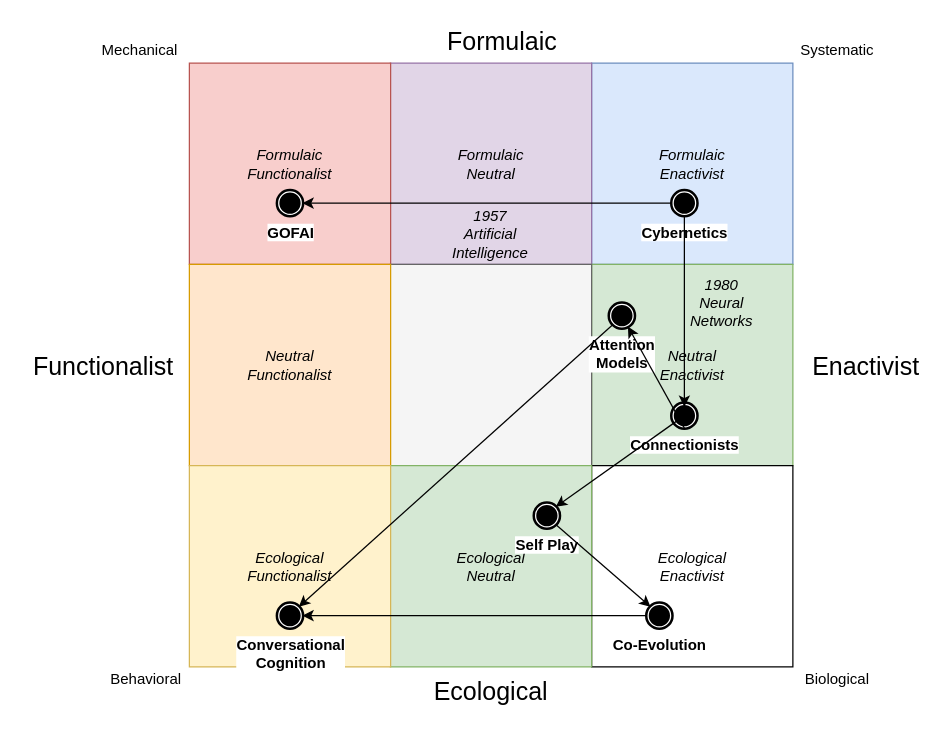
Earlier version of the draw.io diagram agenda_evolution.drawio (codeaudit/1). Source tidied: cells renumbered, new cells numbered last; positions are measured from the earlier drawing's top-left corner, leaving out a move shared by most shapes. Both pictures are drawn from the tidied source at 125%, with x=0, y=0 at pixel (21, 21).
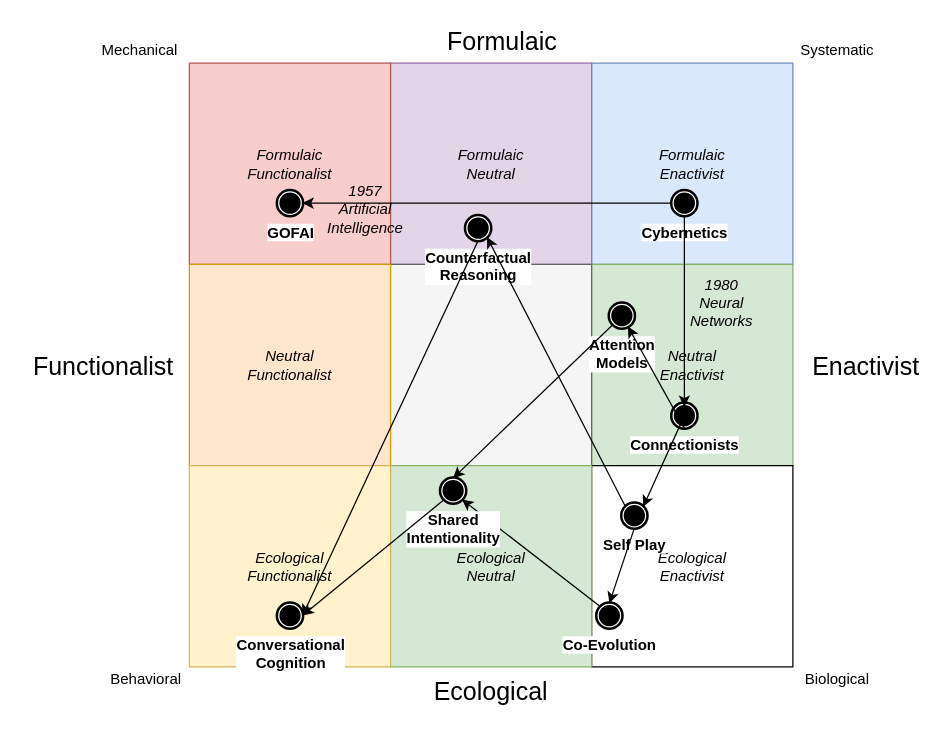
Above is the later version.

Unchanged cells that the change refers to:
```xml
<mxCell id="27" value="Conversational&lt;br&gt;Cognition" style="shape=mxgraph.bpmn.shape;html=1;verticalLabelPosition=bottom;labelBackgroundColor=#ffffff;verticalAlign=top;align=center;perimeter=ellipsePerimeter;outlineConnect=0;outline=end;symbol=terminate;rotation=0;fontStyle=1;" parent="1" vertex="1">
  <mxGeometry x="204.5" y="465" width="20" height="20" as="geometry" />
</mxCell>
<mxCell id="30" value="Attention&lt;br&gt;Models" style="shape=mxgraph.bpmn.shape;html=1;verticalLabelPosition=bottom;labelBackgroundColor=#ffffff;verticalAlign=top;align=center;perimeter=ellipsePerimeter;outlineConnect=0;outline=end;symbol=terminate;rotation=0;fontStyle=1;" parent="1" vertex="1">
  <mxGeometry x="470" y="225" width="20" height="20" as="geometry" />
</mxCell>
```

What changed in the source:
```diff
@@
     <mxCell id="25" value="1957 Artificial Intelligence" style="text;html=1;strokeColor=none;fillColor=none;align=center;verticalAlign=middle;whiteSpace=wrap;rounded=0;fontStyle=2;" parent="1" vertex="1">
-      <mxGeometry x="355" y="145" width="40" height="50" as="geometry" />
+      <mxGeometry x="255" y="125" width="40" height="50" as="geometry" />
     </mxCell>
@@
     <mxCell id="28" value="Self Play" style="shape=mxgraph.bpmn.shape;html=1;verticalLabelPosition=bottom;labelBackgroundColor=#ffffff;verticalAlign=top;align=center;perimeter=ellipsePerimeter;outlineConnect=0;outline=end;symbol=terminate;rotation=0;fontStyle=1;" parent="1" vertex="1">
-      <mxGeometry x="410" y="385" width="20" height="20" as="geometry" />
+      <mxGeometry x="480" y="385" width="20" height="20" as="geometry" />
     </mxCell>
     <mxCell id="29" value="Co-Evolution" style="shape=mxgraph.bpmn.shape;html=1;verticalLabelPosition=bottom;labelBackgroundColor=#ffffff;verticalAlign=top;align=center;perimeter=ellipsePerimeter;outlineConnect=0;outline=end;symbol=terminate;rotation=0;fontStyle=1;" parent="1" vertex="1">
-      <mxGeometry x="500" y="465" width="20" height="20" as="geometry" />
+      <mxGeometry x="460" y="465" width="20" height="20" as="geometry" />
     </mxCell>
@@
-    <mxCell id="31" style="endArrow=classic;html=1;exitX=0.145;exitY=0.855;exitDx=0;exitDy=0;exitPerimeter=0;entryX=0.855;entryY=0.145;entryDx=0;entryDy=0;entryPerimeter=0;" parent="1" edge="1" source="30" target="27">
+    <mxCell id="31" style="endArrow=classic;html=1;exitX=0.145;exitY=0.855;exitDx=0;exitDy=0;exitPerimeter=0;entryX=0.5;entryY=0;entryDx=0;entryDy=0;" parent="1" edge="1" source="30" target="36">
       <mxGeometry relative="1" as="geometry" />
     </mxCell>
-    <mxCell id="32" style="endArrow=classic;html=1;exitX=0;exitY=0.5;exitDx=0;exitDy=0;entryX=1;entryY=0.5;entryDx=0;entryDy=0;" parent="1" edge="1" source="29" target="27">
+    <mxCell id="32" style="endArrow=classic;html=1;exitX=0.145;exitY=0.145;exitDx=0;exitDy=0;entryX=0.855;entryY=0.855;entryDx=0;entryDy=0;entryPerimeter=0;exitPerimeter=0;" parent="1" edge="1" source="29" target="36">
       <mxGeometry relative="1" as="geometry" />
     </mxCell>
@@
-    <mxCell id="35" style="endArrow=classic;html=1;exitX=0.855;exitY=0.855;exitDx=0;exitDy=0;exitPerimeter=0;entryX=0.145;entryY=0.145;entryDx=0;entryDy=0;entryPerimeter=0;" parent="1" edge="1" source="28" target="29">
+    <mxCell id="35" style="endArrow=classic;html=1;exitX=0.5;exitY=1;exitDx=0;exitDy=0;entryX=0.5;entryY=0;entryDx=0;entryDy=0;" parent="1" edge="1" source="28" target="29">
       <mxGeometry relative="1" as="geometry" />
     </mxCell>
+    <mxCell id="36" value="Shared&lt;br&gt;Intentionality" style="shape=mxgraph.bpmn.shape;html=1;verticalLabelPosition=bottom;labelBackgroundColor=#ffffff;verticalAlign=top;align=center;perimeter=ellipsePerimeter;outlineConnect=0;outline=end;symbol=terminate;rotation=0;fontStyle=1;" parent="1" vertex="1">
+      <mxGeometry x="335" y="365" width="20" height="20" as="geometry" />
+    </mxCell>
+    <mxCell id="37" style="endArrow=classic;html=1;exitX=0.145;exitY=0.855;exitDx=0;exitDy=0;exitPerimeter=0;entryX=1;entryY=0.5;entryDx=0;entryDy=0;" parent="1" edge="1" source="36" target="27">
+      <mxGeometry relative="1" as="geometry" />
+    </mxCell>
+    <mxCell id="38" value="Counterfactual&lt;br&gt;Reasoning" style="shape=mxgraph.bpmn.shape;html=1;verticalLabelPosition=bottom;labelBackgroundColor=#ffffff;verticalAlign=top;align=center;perimeter=ellipsePerimeter;outlineConnect=0;outline=end;symbol=terminate;rotation=0;fontStyle=1;" parent="1" vertex="1">
+      <mxGeometry x="355" y="155" width="20" height="20" as="geometry" />
+    </mxCell>
+    <mxCell id="39" style="endArrow=classic;html=1;entryX=0.855;entryY=0.855;entryDx=0;entryDy=0;entryPerimeter=0;exitX=0.145;exitY=0.145;exitDx=0;exitDy=0;exitPerimeter=0;" parent="1" edge="1" source="28" target="38">
+      <mxGeometry relative="1" as="geometry" />
+    </mxCell>
+    <mxCell id="40" style="endArrow=classic;html=1;exitX=0.5;exitY=1;exitDx=0;exitDy=0;entryX=1;entryY=0.5;entryDx=0;entryDy=0;" parent="1" edge="1" source="38" target="27">
+      <mxGeometry relative="1" as="geometry" />
+    </mxCell>
```
